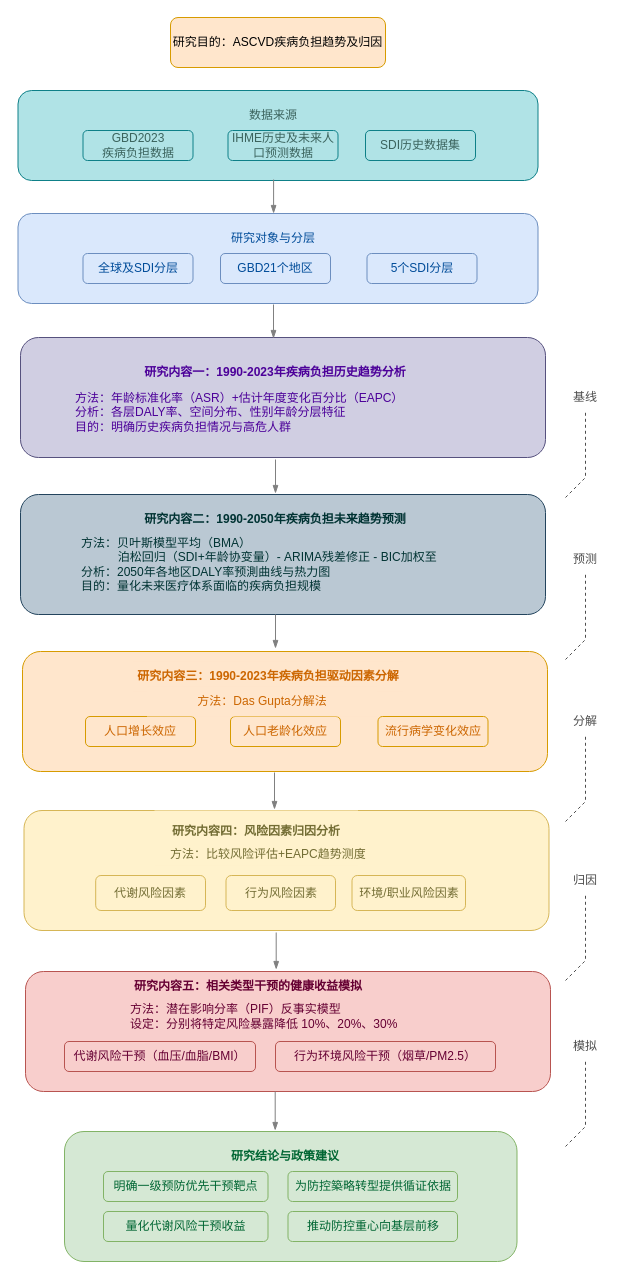
Before: 未命名绘图.drawio in ShiYufei0708/draw, a draw.io diagram. Source tidied: cells renumbered, new cells numbered last; positions are measured from the earlier drawing's top-left corner, leaving out a move shared by most shapes. Both pictures are drawn from the tidied source at 100%, with x=0, y=0 at pixel (17, 17).
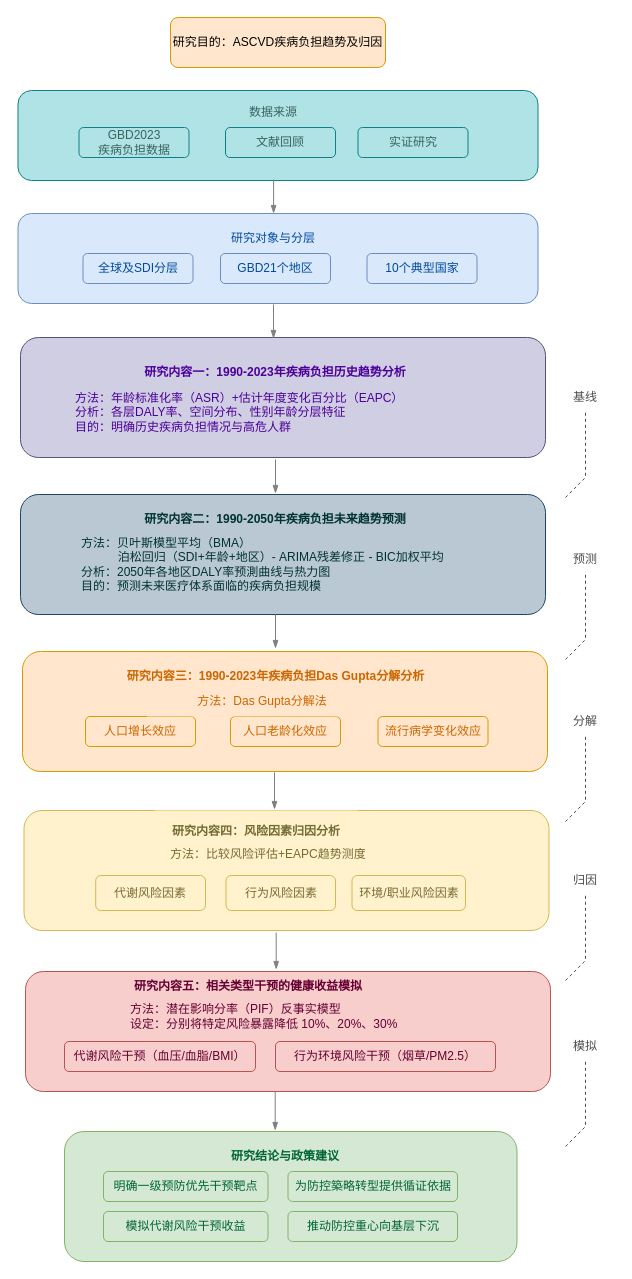
Above is the later version.

Commit message:
更新未命名绘图.drawio

Diff of the diagram source:
```diff
@@
-    <mxCell id="5" value="&lt;span style=&quot;color: rgb(0, 76, 153);&quot;&gt;5个SDI分层&lt;/span&gt;" style="rounded=1;whiteSpace=wrap;html=1;fillColor=#dae8fc;strokeColor=#6c8ebf;" parent="1" vertex="1">
+    <mxCell id="5" value="&lt;span style=&quot;color: rgb(0, 76, 153);&quot;&gt;10个典型国家&lt;/span&gt;" style="rounded=1;whiteSpace=wrap;html=1;fillColor=#dae8fc;strokeColor=#6c8ebf;" parent="1" vertex="1">
       <mxGeometry x="349.5" y="236" width="110" height="30" as="geometry" />
     </mxCell>
@@
     <mxCell id="9" value="数据来源" style="text;html=1;whiteSpace=wrap;strokeColor=none;fillColor=none;align=center;verticalAlign=middle;rounded=0;fontColor=#3B635D;" parent="1" vertex="1">
-      <mxGeometry x="200.5" y="83" width="110" height="30" as="geometry" />
+      <mxGeometry x="200.5" y="80" width="110" height="30" as="geometry" />
     </mxCell>
-    <mxCell id="10" value="&lt;span style=&quot;caret-color: rgb(0, 0, 0);&quot;&gt;SDI历史数据集&lt;/span&gt;" style="rounded=1;whiteSpace=wrap;html=1;fillColor=#b0e3e6;strokeColor=#0e8088;fontColor=#3B635D;" parent="1" vertex="1">
-      <mxGeometry x="348" y="113" width="110" height="30" as="geometry" />
-    </mxCell>
-    <mxCell id="11" value="&lt;span style=&quot;caret-color: rgb(0, 0, 0);&quot;&gt;IHME历史及未来人口预测数据&lt;/span&gt;" style="rounded=1;whiteSpace=wrap;html=1;fillColor=#b0e3e6;strokeColor=#0e8088;fontColor=#3B635D;" parent="1" vertex="1">
-      <mxGeometry x="210.5" y="113" width="110" height="30" as="geometry" />
+    <mxCell id="11" value="&lt;span style=&quot;caret-color: rgb(0, 0, 0);&quot;&gt;文献回顾&lt;/span&gt;" style="rounded=1;whiteSpace=wrap;html=1;fillColor=#b0e3e6;strokeColor=#0e8088;fontColor=#3B635D;" parent="1" vertex="1">
+      <mxGeometry x="208" y="110" width="110" height="30" as="geometry" />
     </mxCell>
     <mxCell id="12" value="&lt;span style=&quot;caret-color: rgb(0, 0, 0);&quot;&gt;GBD2023&lt;/span&gt;&lt;div&gt;&lt;span style=&quot;caret-color: rgb(0, 0, 0);&quot;&gt;疾病负担数据&lt;/span&gt;&lt;br&gt;&lt;/div&gt;" style="rounded=1;whiteSpace=wrap;html=1;fillColor=#b0e3e6;strokeColor=#0e8088;fontColor=#3B635D;" parent="1" vertex="1">
-      <mxGeometry x="65.5" y="113" width="110" height="30" as="geometry" />
+      <mxGeometry x="61.5" y="110" width="110" height="30" as="geometry" />
     </mxCell>
@@
-    <mxCell id="14" value="&lt;font&gt;&lt;span style=&quot;caret-color: rgb(0, 76, 153);&quot;&gt;研究内容三：1990-2023年疾病负担驱动因素分解&lt;/span&gt;&lt;/font&gt;" style="text;html=1;whiteSpace=wrap;strokeColor=none;fillColor=#ffe6cc;align=center;verticalAlign=middle;rounded=0;fontColor=#CC6600;fontStyle=1;" parent="1" vertex="1">
-      <mxGeometry x="115.5" y="644" width="270" height="30" as="geometry" />
+    <mxCell id="14" value="&lt;font&gt;&lt;span style=&quot;caret-color: rgb(0, 76, 153);&quot;&gt;研究内容三：1990-2023年疾病负担Das Gupta分解分析&lt;/span&gt;&lt;/font&gt;" style="text;html=1;whiteSpace=wrap;strokeColor=none;fillColor=#ffe6cc;align=center;verticalAlign=middle;rounded=0;fontColor=#CC6600;fontStyle=1;" parent="1" vertex="1">
+      <mxGeometry x="106.8" y="644" width="302.5" height="30" as="geometry" />
     </mxCell>
@@
-    <mxCell id="33" value="&lt;div&gt;量化代谢风险干预收益&lt;br&gt;&lt;/div&gt;" style="rounded=1;whiteSpace=wrap;html=1;fillColor=#d5e8d4;strokeColor=#82b366;fontColor=#006633;" parent="1" vertex="1">
+    <mxCell id="33" value="&lt;div&gt;模拟代谢风险干预收益&lt;br&gt;&lt;/div&gt;" style="rounded=1;whiteSpace=wrap;html=1;fillColor=#d5e8d4;strokeColor=#82b366;fontColor=#006633;" parent="1" vertex="1">
       <mxGeometry x="86" y="1194" width="164.5" height="30" as="geometry" />
     </mxCell>
-    <mxCell id="34" value="&lt;span style=&quot;caret-color: rgb(0, 0, 0);&quot;&gt;推动防控重心向基层前移&lt;/span&gt;" style="rounded=1;whiteSpace=wrap;html=1;fillColor=#d5e8d4;strokeColor=#82b366;fontColor=#006633;" parent="1" vertex="1">
+    <mxCell id="34" value="&lt;span style=&quot;caret-color: rgb(0, 0, 0);&quot;&gt;推动防控重心向基层下沉&lt;/span&gt;" style="rounded=1;whiteSpace=wrap;html=1;fillColor=#d5e8d4;strokeColor=#82b366;fontColor=#006633;" parent="1" vertex="1">
       <mxGeometry x="270.5" y="1194" width="169.5" height="30" as="geometry" />
     </mxCell>
@@
-    <mxCell id="40" value="方法：贝叶斯模型平均（BMA）&amp;nbsp;&lt;div&gt;&lt;span style=&quot;white-space: pre;&quot;&gt;&#9;   &lt;/span&gt;泊松回归（SDI+年龄协变量）- ARIMA残差修正 - BIC加权至&lt;div&gt;分析：2050年各地区DALY率预測曲线与热力图&amp;nbsp;&lt;/div&gt;&lt;div&gt;目的：量化未来医疗体系面临的疾病负担规模&amp;nbsp;&lt;/div&gt;&lt;/div&gt;" style="text;html=1;whiteSpace=wrap;strokeColor=none;fillColor=none;align=left;verticalAlign=middle;rounded=0;fontColor=#003333;" parent="1" vertex="1">
+    <mxCell id="40" value="方法：贝叶斯模型平均（BMA）&amp;nbsp;&lt;div&gt;&lt;span style=&quot;white-space: pre;&quot;&gt;&#9;   &lt;/span&gt;泊松回归（SDI+年龄+地区）- ARIMA残差修正 - BIC加权平均&lt;/div&gt;&lt;div&gt;&lt;span style=&quot;background-color: initial;&quot;&gt;分析：2050年各地区DALY率预測曲线与热力图&amp;nbsp;&lt;/span&gt;&lt;div&gt;目的：预测未来医疗体系面临的疾病负担规模&amp;nbsp;&lt;/div&gt;&lt;/div&gt;" style="text;html=1;whiteSpace=wrap;strokeColor=none;fillColor=none;align=left;verticalAlign=middle;rounded=0;fontColor=#003333;" parent="1" vertex="1">
       <mxGeometry x="61.5" y="527" width="366" height="40" as="geometry" />
     </mxCell>
@@
+    <mxCell id="59" value="&lt;span style=&quot;caret-color: rgb(0, 0, 0);&quot;&gt;实证研究&lt;/span&gt;" style="rounded=1;whiteSpace=wrap;html=1;fillColor=#b0e3e6;strokeColor=#0e8088;fontColor=#3B635D;" parent="1" vertex="1">
+      <mxGeometry x="340.5" y="110" width="110" height="30" as="geometry" />
+    </mxCell>
```
